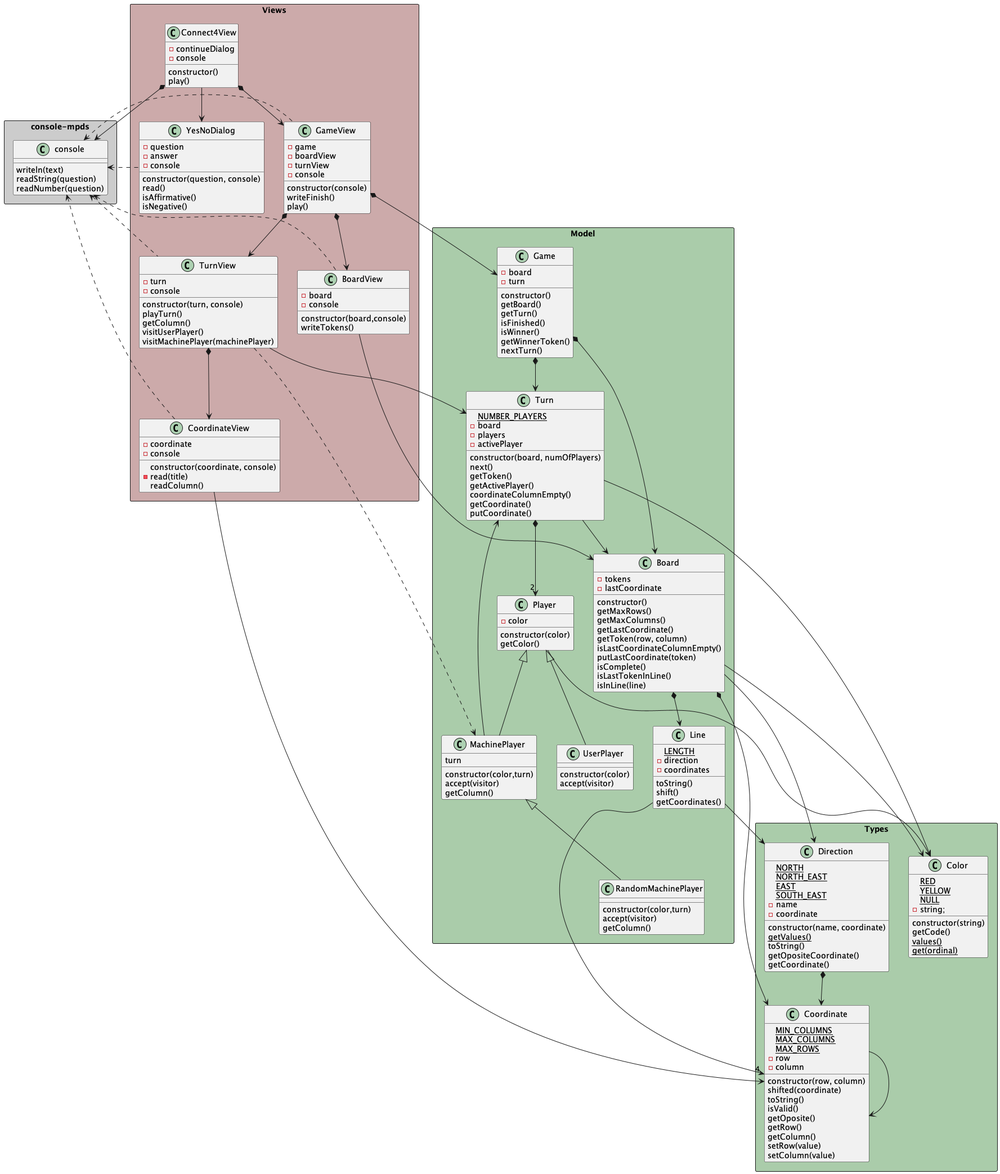
Earlier version of the PlantUML export game-connect4/docs/diagrams/objectOriented/classNotation/class diagram/connect4_constructorFunction_classdiagram.png (mpaulaherrero/escuelaIT).
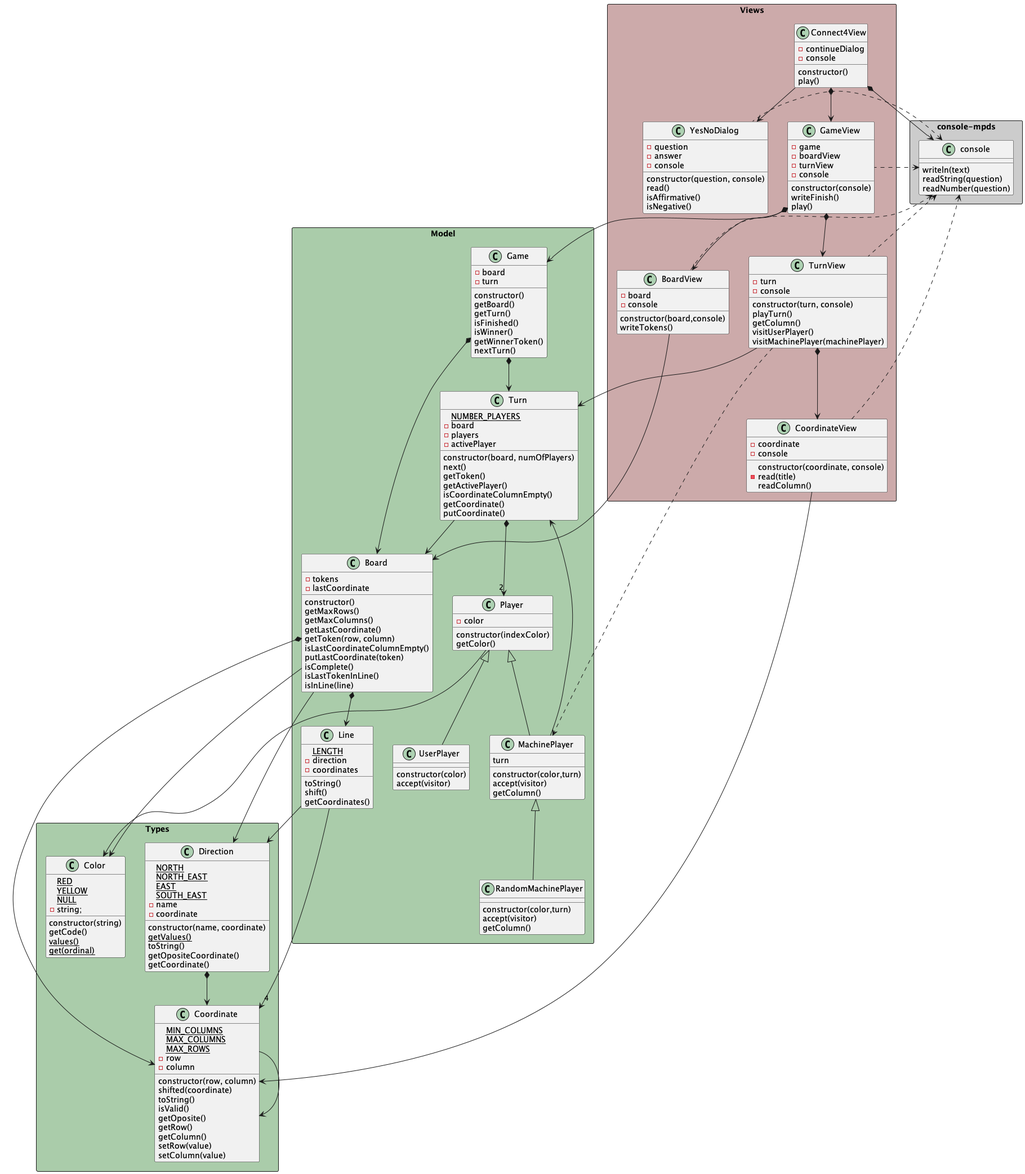
The same diagram one commit later.

Commit message:
isCoordinateColumnEmpty  y Turn sin Color

What changed in the source:
```diff
@@ -92,7 +92,7 @@
 
     class Player{
         -color
-        constructor(color)
+        constructor(indexColor)
         getColor()
     }
 
@@ -123,7 +123,7 @@
         next()
         getToken()
         getActivePlayer()
-        coordinateColumnEmpty()
+        isCoordinateColumnEmpty()
         getCoordinate()
         putCoordinate()
     }
@@ -203,7 +203,6 @@
 
 Turn *-down-> "2" Player
 Turn -down-> Board
-Turn -down-> Color
 
 Game *-down-> Board
 Game *-down-> Turn
```
